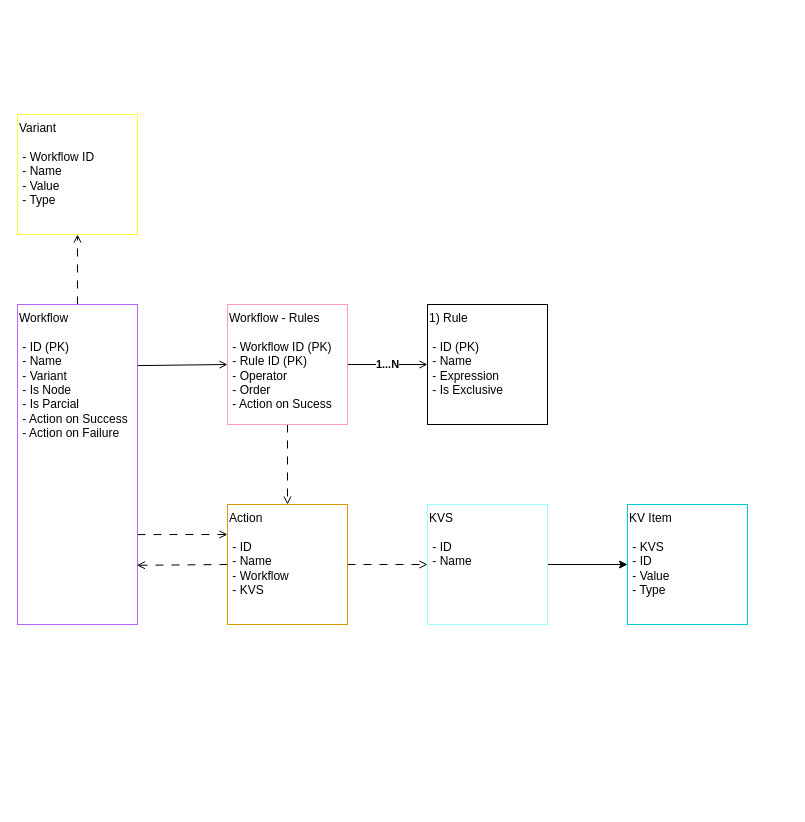
The draw.io diagram NRule.drawio in edervzz/nrules, before the edit. Source tidied: cells renumbered, new cells numbered last; positions are measured from the earlier drawing's top-left corner, leaving out a move shared by most shapes. Both pictures are drawn from the tidied source at 100%, with x=0, y=0 at pixel (17, 114).
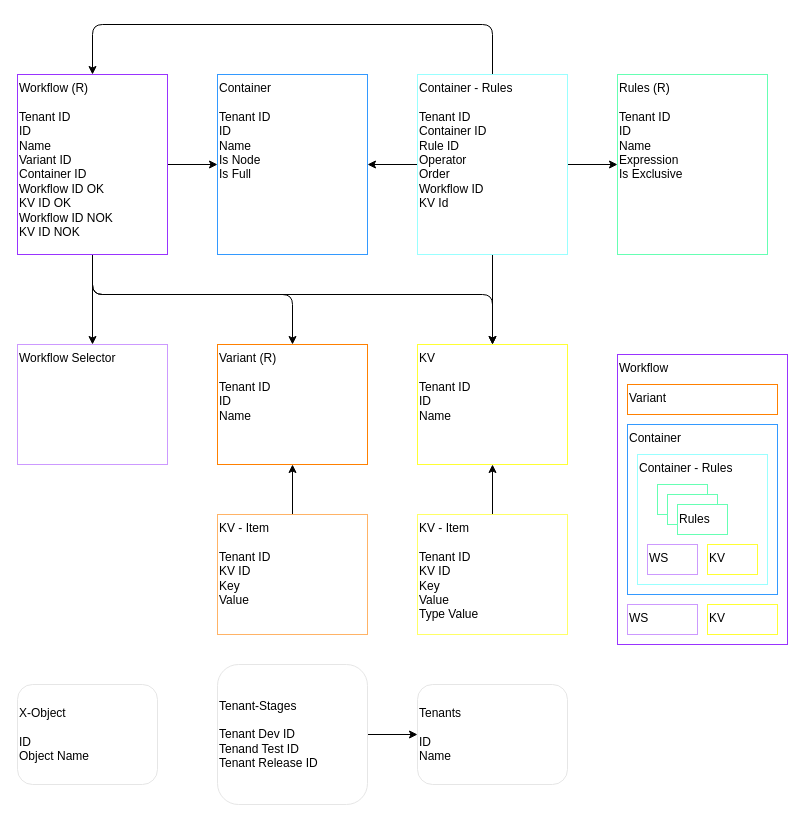
Above is the later version.

The edit, as a diff of the source:
```diff
@@
-    <mxCell id="2" style="edgeStyle=none;html=1;dashed=1;endArrow=open;endFill=0;dashPattern=8 8;" parent="1" edge="1" source="4" target="15">
-      <mxGeometry relative="1" as="geometry" />
-    </mxCell>
-    <mxCell id="3" style="edgeStyle=none;html=1;entryX=0.995;entryY=0.815;entryDx=0;entryDy=0;exitX=0;exitY=0.5;exitDx=0;exitDy=0;entryPerimeter=0;endArrow=open;endFill=0;dashed=1;dashPattern=8 8;" parent="1" edge="1" source="4" target="9">
-      <mxGeometry relative="1" as="geometry" />
-    </mxCell>
-    <mxCell id="4" value="Action&lt;br&gt;&lt;br&gt;&amp;nbsp;- ID&lt;br&gt;&amp;nbsp;- Name&lt;br&gt;&amp;nbsp;- Workflow&lt;br&gt;&amp;nbsp;- KVS" style="rounded=0;whiteSpace=wrap;html=1;strokeColor=#d79b00;fillColor=none;gradientColor=#ffa500;align=left;verticalAlign=top;" parent="1" vertex="1">
-      <mxGeometry x="210" y="390" width="120" height="120" as="geometry" />
-    </mxCell>
-    <mxCell id="5" value="Variant&lt;br&gt;&lt;br&gt;&amp;nbsp;- Workflow ID&lt;br&gt;&amp;nbsp;- Name&lt;br&gt;&amp;nbsp;- Value&lt;br&gt;&amp;nbsp;- Type" style="rounded=0;whiteSpace=wrap;html=1;strokeColor=#FFFF33;fillColor=none;gradientColor=#ffd966;align=left;verticalAlign=top;" parent="1" vertex="1">
-      <mxGeometry width="120" height="120" as="geometry" />
-    </mxCell>
-    <mxCell id="6" style="edgeStyle=none;html=1;entryX=0;entryY=0.5;entryDx=0;entryDy=0;exitX=0.998;exitY=0.191;exitDx=0;exitDy=0;exitPerimeter=0;endArrow=open;endFill=0;" parent="1" edge="1" source="9" target="13">
-      <mxGeometry relative="1" as="geometry" />
-    </mxCell>
-    <mxCell id="7" style="edgeStyle=none;html=1;entryX=0.5;entryY=1;entryDx=0;entryDy=0;endArrow=open;endFill=0;dashed=1;dashPattern=8 8;" parent="1" edge="1" source="9" target="5">
-      <mxGeometry relative="1" as="geometry" />
-    </mxCell>
-    <mxCell id="8" style="edgeStyle=none;html=1;entryX=0;entryY=0.25;entryDx=0;entryDy=0;dashed=1;dashPattern=8 8;endArrow=open;endFill=0;exitX=1;exitY=0.719;exitDx=0;exitDy=0;exitPerimeter=0;" parent="1" edge="1" source="9" target="4">
-      <mxGeometry relative="1" as="geometry" />
-    </mxCell>
-    <mxCell id="9" value="Workflow&lt;br&gt;&lt;br&gt;&amp;nbsp;- ID (PK)&lt;br&gt;&amp;nbsp;- Name&lt;br&gt;&amp;nbsp;- Variant&lt;br&gt;&amp;nbsp;- Is Node&lt;br&gt;&amp;nbsp;- Is Parcial&lt;br&gt;&amp;nbsp;- Action on Success&lt;br&gt;&amp;nbsp;- Action on Failure" style="rounded=0;whiteSpace=wrap;html=1;verticalAlign=top;align=left;fillColor=none;strokeColor=#B266FF;gradientDirection=south;gradientColor=#7ea6e0;" parent="1" vertex="1">
-      <mxGeometry y="190" width="120" height="320" as="geometry" />
-    </mxCell>
-    <mxCell id="10" value="1) Rule&lt;br&gt;&lt;br&gt;&amp;nbsp;- ID (PK)&lt;br&gt;&amp;nbsp;- Name&lt;br&gt;&amp;nbsp;- Expression&lt;br&gt;&amp;nbsp;- Is Exclusive" style="rounded=0;whiteSpace=wrap;html=1;align=left;verticalAlign=top;" parent="1" vertex="1">
-      <mxGeometry x="410" y="190" width="120" height="120" as="geometry" />
-    </mxCell>
-    <mxCell id="11" value="1...N" style="edgeStyle=none;html=1;fontStyle=1;endArrow=open;endFill=0;" parent="1" edge="1" source="13" target="10">
-      <mxGeometry relative="1" as="geometry" />
-    </mxCell>
-    <mxCell id="12" style="edgeStyle=none;html=1;endArrow=open;endFill=0;dashed=1;dashPattern=8 8;" parent="1" edge="1" source="13" target="4">
-      <mxGeometry relative="1" as="geometry" />
-    </mxCell>
-    <mxCell id="13" value="Workflow - Rules&lt;br&gt;&lt;br&gt;&amp;nbsp;- Workflow ID (PK)&lt;br&gt;&amp;nbsp;- Rule ID (PK)&lt;br&gt;&amp;nbsp;- Operator&lt;br&gt;&amp;nbsp;- Order&lt;br&gt;&amp;nbsp;- Action on Sucess" style="rounded=0;whiteSpace=wrap;html=1;strokeColor=#FF99CC;fillColor=none;gradientColor=#ffa500;align=left;verticalAlign=top;" parent="1" vertex="1">
-      <mxGeometry x="210" y="190" width="120" height="120" as="geometry" />
-    </mxCell>
-    <mxCell id="14" style="edgeStyle=none;html=1;" parent="1" edge="1" source="15" target="16">
-      <mxGeometry relative="1" as="geometry" />
-    </mxCell>
-    <mxCell id="15" value="KVS&lt;br&gt;&lt;br&gt;&amp;nbsp;- ID&lt;br&gt;&amp;nbsp;- Name" style="rounded=0;whiteSpace=wrap;html=1;strokeColor=#99FFFF;fillColor=none;gradientColor=#ffa500;align=left;verticalAlign=top;" parent="1" vertex="1">
-      <mxGeometry x="410" y="390" width="120" height="120" as="geometry" />
-    </mxCell>
-    <mxCell id="16" value="KV Item&lt;br&gt;&lt;br&gt;&amp;nbsp;- KVS&lt;br&gt;&amp;nbsp;- ID&lt;br&gt;&amp;nbsp;- Value&lt;br&gt;&amp;nbsp;- Type" style="rounded=0;whiteSpace=wrap;html=1;strokeColor=#00CCCC;fillColor=none;gradientColor=#ffa500;align=left;verticalAlign=top;" parent="1" vertex="1">
-      <mxGeometry x="610" y="390" width="120" height="120" as="geometry" />
-    </mxCell>
+    <mxCell id="17" value="&lt;span style=&quot;&quot;&gt;Workflow&amp;nbsp;&lt;/span&gt;&lt;br style=&quot;&quot;&gt;&lt;span style=&quot;background-color: initial;&quot;&gt;&lt;br&gt;&lt;/span&gt;&lt;span style=&quot;background-color: initial;&quot;&gt;&lt;br&gt;&lt;/span&gt;" style="rounded=0;whiteSpace=wrap;html=1;strokeColor=#9933FF;align=left;verticalAlign=top;" parent="1" vertex="1">
+      <mxGeometry x="600" y="240" width="170" height="290" as="geometry" />
+    </mxCell>
+    <mxCell id="18" value="X-Object&lt;br&gt;&lt;span style=&quot;background-color: initial;&quot;&gt;&lt;br&gt;ID&lt;/span&gt;&lt;br&gt;&lt;span style=&quot;background-color: initial;&quot;&gt;Object Name&lt;/span&gt;" style="rounded=1;whiteSpace=wrap;html=1;align=left;strokeColor=#E6E6E6;" parent="1" vertex="1">
+      <mxGeometry y="570" width="140" height="100" as="geometry" />
+    </mxCell>
+    <mxCell id="19" value="&lt;span style=&quot;background-color: initial;&quot;&gt;Tenants&lt;/span&gt;&lt;br&gt;&lt;span style=&quot;background-color: initial;&quot;&gt;&lt;br&gt;ID&lt;/span&gt;&lt;br&gt;&lt;span style=&quot;background-color: initial;&quot;&gt;Name&lt;/span&gt;" style="rounded=1;whiteSpace=wrap;html=1;align=left;strokeColor=#E6E6E6;" parent="1" vertex="1">
+      <mxGeometry x="400" y="570" width="150" height="100" as="geometry" />
+    </mxCell>
+    <mxCell id="20" style="edgeStyle=none;html=1;" parent="1" edge="1" source="21" target="19">
+      <mxGeometry relative="1" as="geometry" />
+    </mxCell>
+    <mxCell id="21" value="&lt;span style=&quot;background-color: initial;&quot;&gt;Tenant-Stages&lt;/span&gt;&lt;br&gt;&lt;span style=&quot;background-color: initial;&quot;&gt;&lt;br&gt;Tenant Dev ID&lt;/span&gt;&lt;br&gt;&lt;span style=&quot;background-color: initial;&quot;&gt;Tenand Test ID&lt;/span&gt;&lt;br&gt;&lt;span style=&quot;background-color: initial;&quot;&gt;Tenant Release ID&lt;/span&gt;" style="rounded=1;whiteSpace=wrap;html=1;align=left;strokeColor=#E6E6E6;" parent="1" vertex="1">
+      <mxGeometry x="200" y="550" width="150" height="140" as="geometry" />
+    </mxCell>
+    <mxCell id="22" value="&lt;span style=&quot;&quot;&gt;Rules (R)&lt;/span&gt;&lt;br style=&quot;&quot;&gt;&lt;span style=&quot;background-color: initial;&quot;&gt;&lt;br&gt;Tenant ID&lt;/span&gt;&lt;br style=&quot;&quot;&gt;&lt;span style=&quot;background-color: initial;&quot;&gt;ID&lt;/span&gt;&lt;br style=&quot;&quot;&gt;&lt;span style=&quot;background-color: initial;&quot;&gt;Name&lt;/span&gt;&lt;br style=&quot;&quot;&gt;&lt;span style=&quot;background-color: initial;&quot;&gt;Expression&lt;/span&gt;&lt;br style=&quot;&quot;&gt;&lt;span style=&quot;background-color: initial;&quot;&gt;Is Exclusive&lt;/span&gt;" style="rounded=0;whiteSpace=wrap;html=1;strokeColor=#66FFB3;align=left;verticalAlign=top;" parent="1" vertex="1">
+      <mxGeometry x="600" y="-40" width="150" height="180" as="geometry" />
+    </mxCell>
+    <mxCell id="23" value="&lt;span style=&quot;&quot;&gt;Container&lt;/span&gt;&lt;br style=&quot;&quot;&gt;&lt;span style=&quot;background-color: initial;&quot;&gt;&lt;br&gt;Tenant ID&lt;/span&gt;&lt;br style=&quot;&quot;&gt;&lt;span style=&quot;background-color: initial;&quot;&gt;ID&lt;/span&gt;&lt;br style=&quot;&quot;&gt;&lt;span style=&quot;background-color: initial;&quot;&gt;Name&lt;/span&gt;&lt;br style=&quot;&quot;&gt;&lt;span style=&quot;background-color: initial;&quot;&gt;Is Node&lt;br&gt;Is Full&lt;br&gt;&lt;/span&gt;" style="rounded=0;whiteSpace=wrap;html=1;strokeColor=#3399FF;align=left;verticalAlign=top;" parent="1" vertex="1">
+      <mxGeometry x="200" y="-40" width="150" height="180" as="geometry" />
+    </mxCell>
+    <mxCell id="24" style="edgeStyle=orthogonalEdgeStyle;html=1;elbow=vertical;" parent="1" edge="1" source="28" target="23">
+      <mxGeometry relative="1" as="geometry" />
+    </mxCell>
+    <mxCell id="25" style="edgeStyle=orthogonalEdgeStyle;html=1;elbow=vertical;" parent="1" edge="1" source="28" target="34">
+      <mxGeometry relative="1" as="geometry" />
+    </mxCell>
+    <mxCell id="26" style="edgeStyle=orthogonalEdgeStyle;html=1;entryX=0.5;entryY=0;entryDx=0;entryDy=0;elbow=vertical;" parent="1" edge="1" source="28" target="33">
+      <mxGeometry relative="1" as="geometry">
+        <Array as="points">
+          <mxPoint x="475" y="-90" />
+          <mxPoint x="75" y="-90" />
+        </Array>
+      </mxGeometry>
+    </mxCell>
+    <mxCell id="27" style="edgeStyle=orthogonalEdgeStyle;html=1;elbow=vertical;" parent="1" edge="1" source="28" target="22">
+      <mxGeometry relative="1" as="geometry" />
+    </mxCell>
+    <mxCell id="28" value="&lt;span style=&quot;&quot;&gt;Container - Rules&lt;/span&gt;&lt;br style=&quot;&quot;&gt;&lt;span style=&quot;background-color: initial;&quot;&gt;&lt;br&gt;Tenant ID&lt;/span&gt;&lt;br style=&quot;&quot;&gt;&lt;span style=&quot;background-color: initial;&quot;&gt;Container ID&lt;br&gt;&lt;/span&gt;Rule ID&lt;br style=&quot;&quot;&gt;&lt;span style=&quot;background-color: initial;&quot;&gt;Operator&lt;/span&gt;&lt;br style=&quot;&quot;&gt;&lt;span style=&quot;background-color: initial;&quot;&gt;Order&lt;br&gt;Workflow ID&lt;br&gt;KV Id&lt;br&gt;&lt;/span&gt;" style="rounded=0;whiteSpace=wrap;html=1;strokeColor=#99FFFF;align=left;verticalAlign=top;" parent="1" vertex="1">
+      <mxGeometry x="400" y="-40" width="150" height="180" as="geometry" />
+    </mxCell>
+    <mxCell id="29" style="edgeStyle=orthogonalEdgeStyle;html=1;elbow=vertical;" parent="1" edge="1" source="33" target="23">
+      <mxGeometry relative="1" as="geometry" />
+    </mxCell>
+    <mxCell id="30" style="edgeStyle=orthogonalEdgeStyle;html=1;elbow=vertical;" parent="1" edge="1" source="33" target="34">
+      <mxGeometry relative="1" as="geometry">
+        <Array as="points">
+          <mxPoint x="75" y="180" />
+          <mxPoint x="475" y="180" />
+        </Array>
+      </mxGeometry>
+    </mxCell>
+    <mxCell id="31" style="edgeStyle=orthogonalEdgeStyle;html=1;elbow=vertical;" parent="1" edge="1" source="33" target="37">
+      <mxGeometry relative="1" as="geometry">
+        <Array as="points">
+          <mxPoint x="75" y="180" />
+          <mxPoint x="275" y="180" />
+        </Array>
+      </mxGeometry>
+    </mxCell>
+    <mxCell id="32" style="edgeStyle=orthogonalEdgeStyle;rounded=0;jettySize=auto;html=1;entryX=0.5;entryY=0;entryDx=0;entryDy=0;" parent="1" edge="1" source="33" target="48">
+      <mxGeometry relative="1" as="geometry" />
+    </mxCell>
+    <mxCell id="33" value="&lt;span style=&quot;&quot;&gt;Workflow (R)&lt;/span&gt;&lt;br style=&quot;&quot;&gt;&lt;span style=&quot;background-color: initial;&quot;&gt;&lt;br&gt;Tenant ID&lt;/span&gt;&lt;br style=&quot;&quot;&gt;&lt;span style=&quot;background-color: initial;&quot;&gt;ID&lt;/span&gt;&lt;br style=&quot;&quot;&gt;&lt;span style=&quot;background-color: initial;&quot;&gt;Name&lt;/span&gt;&lt;br style=&quot;&quot;&gt;&lt;span style=&quot;background-color: initial;&quot;&gt;Variant ID&lt;br&gt;Container ID&lt;br&gt;Workflow ID OK&lt;br&gt;KV ID OK&lt;br&gt;&lt;/span&gt;Workflow ID NOK&lt;br&gt;KV ID NOK&lt;span style=&quot;background-color: initial;&quot;&gt;&lt;br&gt;&lt;/span&gt;" style="rounded=0;whiteSpace=wrap;html=1;strokeColor=#9933FF;align=left;verticalAlign=top;" parent="1" vertex="1">
+      <mxGeometry y="-40" width="150" height="180" as="geometry" />
+    </mxCell>
+    <mxCell id="34" value="&lt;span style=&quot;&quot;&gt;KV&lt;/span&gt;&lt;br style=&quot;&quot;&gt;&lt;span style=&quot;background-color: initial;&quot;&gt;&lt;br&gt;Tenant ID&lt;/span&gt;&lt;br style=&quot;&quot;&gt;&lt;span style=&quot;background-color: initial;&quot;&gt;ID&lt;/span&gt;&lt;br style=&quot;&quot;&gt;&lt;span style=&quot;background-color: initial;&quot;&gt;Name&lt;/span&gt;" style="rounded=0;whiteSpace=wrap;html=1;strokeColor=#FFFF33;align=left;fontStyle=0;verticalAlign=top;" parent="1" vertex="1">
+      <mxGeometry x="400" y="230" width="150" height="120" as="geometry" />
+    </mxCell>
+    <mxCell id="35" style="edgeStyle=orthogonalEdgeStyle;html=1;elbow=vertical;" parent="1" edge="1" source="36" target="34">
+      <mxGeometry relative="1" as="geometry" />
+    </mxCell>
+    <mxCell id="36" value="&lt;span style=&quot;&quot;&gt;KV - Item&lt;/span&gt;&lt;br style=&quot;&quot;&gt;&lt;span style=&quot;background-color: initial;&quot;&gt;&lt;br&gt;Tenant ID&lt;/span&gt;&lt;br style=&quot;&quot;&gt;&lt;span style=&quot;background-color: initial;&quot;&gt;KV ID&lt;br&gt;Key&lt;/span&gt;&lt;br style=&quot;&quot;&gt;&lt;span style=&quot;background-color: initial;&quot;&gt;Value&lt;br&gt;Type Value&lt;br&gt;&lt;/span&gt;" style="rounded=0;whiteSpace=wrap;html=1;strokeColor=#FFFF66;align=left;verticalAlign=top;" parent="1" vertex="1">
+      <mxGeometry x="400" y="400" width="150" height="120" as="geometry" />
+    </mxCell>
+    <mxCell id="37" value="&lt;span style=&quot;&quot;&gt;Variant (R)&lt;/span&gt;&lt;br style=&quot;&quot;&gt;&lt;span style=&quot;background-color: initial;&quot;&gt;&lt;br&gt;Tenant ID&lt;/span&gt;&lt;br style=&quot;&quot;&gt;&lt;span style=&quot;background-color: initial;&quot;&gt;ID&lt;/span&gt;&lt;br style=&quot;&quot;&gt;&lt;span style=&quot;background-color: initial;&quot;&gt;Name&lt;/span&gt;" style="rounded=0;whiteSpace=wrap;html=1;strokeColor=#FF8000;align=left;fontStyle=0;verticalAlign=top;" parent="1" vertex="1">
+      <mxGeometry x="200" y="230" width="150" height="120" as="geometry" />
+    </mxCell>
+    <mxCell id="38" style="edgeStyle=orthogonalEdgeStyle;html=1;elbow=vertical;" parent="1" edge="1" source="39" target="37">
+      <mxGeometry relative="1" as="geometry" />
+    </mxCell>
+    <mxCell id="39" value="&lt;span style=&quot;&quot;&gt;KV - Item&lt;/span&gt;&lt;br style=&quot;&quot;&gt;&lt;span style=&quot;background-color: initial;&quot;&gt;&lt;br&gt;Tenant ID&lt;/span&gt;&lt;br style=&quot;&quot;&gt;&lt;span style=&quot;background-color: initial;&quot;&gt;KV ID&lt;br&gt;Key&lt;/span&gt;&lt;br style=&quot;&quot;&gt;&lt;span style=&quot;background-color: initial;&quot;&gt;Value&lt;br&gt;&lt;/span&gt;" style="rounded=0;whiteSpace=wrap;html=1;strokeColor=#FFB366;align=left;verticalAlign=top;" parent="1" vertex="1">
+      <mxGeometry x="200" y="400" width="150" height="120" as="geometry" />
+    </mxCell>
+    <mxCell id="40" value="&lt;span style=&quot;&quot;&gt;Container&lt;/span&gt;&lt;br style=&quot;&quot;&gt;&lt;span style=&quot;background-color: initial;&quot;&gt;&lt;br&gt;&lt;/span&gt;&lt;div&gt;&lt;span style=&quot;background-color: initial;&quot;&gt;&lt;br&gt;&lt;/span&gt;&lt;/div&gt;&lt;div&gt;&lt;span style=&quot;background-color: initial;&quot;&gt;&lt;br&gt;&lt;/span&gt;&lt;/div&gt;&lt;div&gt;&lt;span style=&quot;background-color: initial;&quot;&gt;&lt;br&gt;&lt;/span&gt;&lt;/div&gt;&lt;div&gt;&lt;span style=&quot;background-color: initial;&quot;&gt;&lt;br&gt;&lt;/span&gt;&lt;/div&gt;&lt;div&gt;&lt;span style=&quot;background-color: initial;&quot;&gt;&lt;br&gt;&lt;/span&gt;&lt;/div&gt;&lt;div&gt;&lt;span style=&quot;background-color: initial;&quot;&gt;&lt;br&gt;&lt;/span&gt;&lt;/div&gt;&lt;div&gt;&lt;span style=&quot;background-color: initial;&quot;&gt;&lt;br&gt;&lt;/span&gt;&lt;/div&gt;&lt;div&gt;&lt;span style=&quot;background-color: initial;&quot;&gt;&lt;br&gt;&lt;/span&gt;&lt;/div&gt;&lt;div&gt;&lt;br&gt;&lt;/div&gt;" style="rounded=0;whiteSpace=wrap;html=1;strokeColor=#3399FF;align=left;verticalAlign=top;" parent="1" vertex="1">
+      <mxGeometry x="610" y="310" width="150" height="170" as="geometry" />
+    </mxCell>
+    <mxCell id="41" value="&lt;span style=&quot;&quot;&gt;Container - Rules&lt;/span&gt;&lt;br style=&quot;&quot;&gt;&lt;br&gt;&lt;br&gt;&lt;br&gt;&lt;br&gt;&lt;br style=&quot;&quot;&gt;&lt;span style=&quot;background-color: initial;&quot;&gt;&amp;nbsp;&lt;/span&gt;&lt;span style=&quot;background-color: initial;&quot;&gt;&lt;br&gt;&lt;/span&gt;" style="rounded=0;whiteSpace=wrap;html=1;strokeColor=#99FFFF;align=left;verticalAlign=top;" parent="1" vertex="1">
+      <mxGeometry x="620" y="340" width="130" height="130" as="geometry" />
+    </mxCell>
+    <mxCell id="42" style="group;" parent="1" vertex="1">
+      <mxGeometry x="640" y="370" width="70" height="50" as="geometry" />
+    </mxCell>
+    <mxCell id="43" style="rounded=0;whiteSpace=wrap;html=1;strokeColor=#66FFB3;align=left;verticalAlign=middle;" parent="42" vertex="1">
+      <mxGeometry width="50" height="30" as="geometry" />
+    </mxCell>
+    <mxCell id="44" style="rounded=0;whiteSpace=wrap;html=1;strokeColor=#66FFB3;align=left;verticalAlign=middle;" parent="42" vertex="1">
+      <mxGeometry x="10" y="10" width="50" height="30" as="geometry" />
+    </mxCell>
+    <mxCell id="45" value="&lt;span style=&quot;&quot;&gt;Rules&lt;/span&gt;" style="rounded=0;whiteSpace=wrap;html=1;strokeColor=#66FFB3;align=left;verticalAlign=middle;" parent="42" vertex="1">
+      <mxGeometry x="20" y="20" width="50" height="30" as="geometry" />
+    </mxCell>
+    <mxCell id="46" value="&lt;span style=&quot;&quot;&gt;Variant&lt;/span&gt;" style="rounded=0;whiteSpace=wrap;html=1;strokeColor=#FF8000;align=left;fontStyle=0;verticalAlign=top;" parent="1" vertex="1">
+      <mxGeometry x="610" y="270" width="150" height="30" as="geometry" />
+    </mxCell>
+    <mxCell id="47" value="&lt;span style=&quot;&quot;&gt;KV&lt;/span&gt;" style="rounded=0;whiteSpace=wrap;html=1;strokeColor=#FFFF33;align=left;fontStyle=0;verticalAlign=top;" parent="1" vertex="1">
+      <mxGeometry x="690" y="430" width="50" height="30" as="geometry" />
+    </mxCell>
+    <mxCell id="48" value="&lt;span style=&quot;&quot;&gt;Workflow Selector&lt;/span&gt;&lt;span style=&quot;background-color: initial;&quot;&gt;&lt;br&gt;&lt;/span&gt;" style="rounded=0;whiteSpace=wrap;html=1;strokeColor=#CC99FF;align=left;verticalAlign=top;" parent="1" vertex="1">
+      <mxGeometry y="230" width="150" height="120" as="geometry" />
+    </mxCell>
+    <mxCell id="49" value="WS" style="rounded=0;whiteSpace=wrap;html=1;strokeColor=#CC99FF;align=left;verticalAlign=top;" parent="1" vertex="1">
+      <mxGeometry x="630" y="430" width="50" height="30" as="geometry" />
+    </mxCell>
+    <mxCell id="50" value="&lt;span style=&quot;&quot;&gt;KV&lt;/span&gt;" style="rounded=0;whiteSpace=wrap;html=1;strokeColor=#FFFF33;align=left;fontStyle=0;verticalAlign=top;" parent="1" vertex="1">
+      <mxGeometry x="690" y="490" width="70" height="30" as="geometry" />
+    </mxCell>
+    <mxCell id="51" value="WS" style="rounded=0;whiteSpace=wrap;html=1;strokeColor=#CC99FF;align=left;verticalAlign=top;" parent="1" vertex="1">
+      <mxGeometry x="610" y="490" width="70" height="30" as="geometry" />
+    </mxCell>
```
